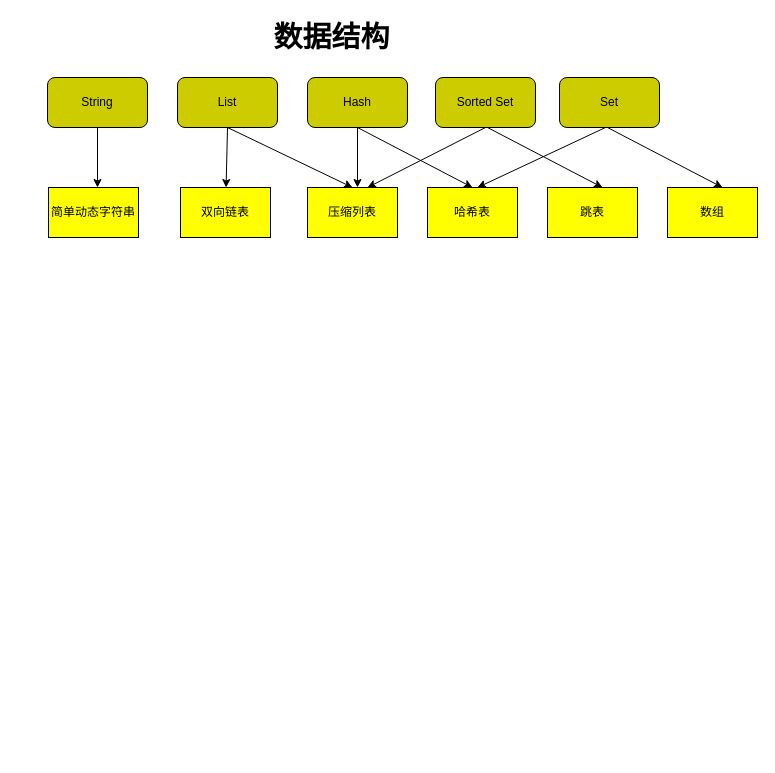
The draw.io diagram redis.drawio in 15732134294/files, before the edit. Source tidied: cells renumbered, new cells numbered last; positions are measured from the earlier drawing's top-left corner, leaving out a move shared by most shapes. Both pictures are drawn from the tidied source at 100%, with x=0, y=0 at pixel (47, 17).
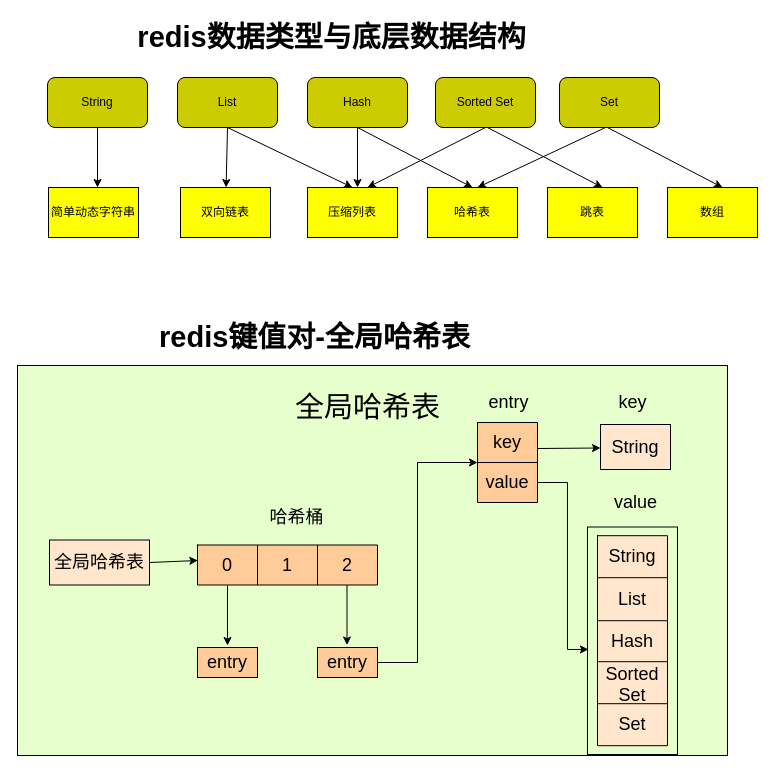
After the change.

Change to the diagram source:
```diff
@@
-    <mxCell id="22" value="数据结构" style="text;html=1;align=center;verticalAlign=middle;fillColor=none;strokeColor=none;rounded=0;fontStyle=1;fontSize=29;" parent="1" vertex="1">
-      <mxGeometry x="219" width="130" height="40" as="geometry" />
+    <mxCell id="22" value="redis数据类型与底层数据结构" style="text;html=1;align=center;verticalAlign=middle;fillColor=none;strokeColor=none;rounded=0;fontStyle=1;fontSize=29;" parent="1" vertex="1">
+      <mxGeometry x="84" width="400" height="40" as="geometry" />
     </mxCell>
+    <mxCell id="23" value="redis键值对-全局哈希表" style="text;html=1;align=center;verticalAlign=middle;fillColor=none;strokeColor=none;rounded=0;fontStyle=1;fontSize=29;" parent="1" vertex="1">
+      <mxGeometry x="102" y="300" width="330" height="40" as="geometry" />
+    </mxCell>
+    <mxCell id="24" style="rounded=0;whiteSpace=wrap;html=1;fontSize=29;fillColor=#E6FFCC;" parent="1" vertex="1">
+      <mxGeometry x="-30" y="348" width="710" height="390" as="geometry" />
+    </mxCell>
+    <mxCell id="25" value="全局哈希表" style="text;html=1;align=center;verticalAlign=middle;fillColor=none;strokeColor=none;rounded=0;fontSize=29;" parent="1" vertex="1">
+      <mxGeometry x="240" y="370" width="160" height="40" as="geometry" />
+    </mxCell>
+    <mxCell id="26" value="全局哈希表" style="rounded=0;whiteSpace=wrap;html=1;fontSize=18;fillColor=#FFE6CC;" parent="1" vertex="1">
+      <mxGeometry x="2" y="522.5" width="100" height="45" as="geometry" />
+    </mxCell>
+    <mxCell id="27" style="endArrow=classic;html=1;rounded=0;fontSize=18;exitX=1;exitY=0.5;exitDx=0;exitDy=0;entryX=0.254;entryY=0.5;entryDx=0;entryDy=0;entryPerimeter=0;" parent="1" edge="1" source="26" target="24">
+      <mxGeometry relative="1" as="geometry" />
+    </mxCell>
+    <mxCell id="28" style="shape=table;startSize=0;childLayout=tableLayout;fontSize=18;fillColor=#FFCC99;" parent="1" vertex="1">
+      <mxGeometry x="150" y="527.5" width="180" height="40" as="geometry" />
+    </mxCell>
+    <mxCell id="29" style="shape=partialRectangle;fillColor=none;top=0;left=0;bottom=0;right=0;fontSize=18;" parent="28" vertex="1">
+      <mxGeometry width="180" height="40" as="geometry" />
+    </mxCell>
+    <mxCell id="30" value="0" style="shape=partialRectangle;html=1;whiteSpace=wrap;overflow=hidden;fillColor=none;top=0;left=0;bottom=0;right=0;fontSize=18;" parent="29" vertex="1">
+      <mxGeometry width="60" height="40" as="geometry" />
+    </mxCell>
+    <mxCell id="31" value="1" style="shape=partialRectangle;html=1;whiteSpace=wrap;overflow=hidden;fillColor=none;top=0;left=0;bottom=0;right=0;fontSize=18;" parent="29" vertex="1">
+      <mxGeometry x="60" width="60" height="40" as="geometry" />
+    </mxCell>
+    <mxCell id="32" value="2" style="shape=partialRectangle;html=1;whiteSpace=wrap;overflow=hidden;fillColor=none;top=0;left=0;bottom=0;right=0;fontSize=18;" parent="29" vertex="1">
+      <mxGeometry x="120" width="60" height="40" as="geometry" />
+    </mxCell>
+    <mxCell id="33" value="entry" style="rounded=0;whiteSpace=wrap;html=1;fontSize=18;fillColor=#FFCC99;" parent="1" vertex="1">
+      <mxGeometry x="150" y="630" width="60" height="30" as="geometry" />
+    </mxCell>
+    <mxCell id="34" value="entry" style="rounded=0;whiteSpace=wrap;html=1;fontSize=18;fillColor=#FFCC99;" parent="1" vertex="1">
+      <mxGeometry x="270" y="630" width="60" height="30" as="geometry" />
+    </mxCell>
+    <mxCell id="35" style="endArrow=classic;html=1;rounded=0;fontSize=18;entryX=0.5;entryY=0;entryDx=0;entryDy=0;" parent="1" edge="1">
+      <mxGeometry relative="1" as="geometry">
+        <mxPoint x="180" y="568" as="sourcePoint" />
+        <mxPoint x="180" y="628" as="targetPoint" />
+      </mxGeometry>
+    </mxCell>
+    <mxCell id="36" style="endArrow=classic;html=1;rounded=0;fontSize=18;entryX=0.5;entryY=0;entryDx=0;entryDy=0;" parent="1" edge="1">
+      <mxGeometry relative="1" as="geometry">
+        <mxPoint x="299.5" y="567.5" as="sourcePoint" />
+        <mxPoint x="299.5" y="627.5" as="targetPoint" />
+      </mxGeometry>
+    </mxCell>
+    <mxCell id="37" style="endArrow=classic;html=1;rounded=0;fontSize=18;exitX=1;exitY=0.5;exitDx=0;exitDy=0;entryX=0;entryY=0.5;entryDx=0;entryDy=0;" parent="1" edge="1" source="34">
+      <mxGeometry relative="1" as="geometry">
+        <mxPoint x="430" y="445" as="targetPoint" />
+        <Array as="points">
+          <mxPoint x="370" y="645" />
+          <mxPoint x="370" y="445" />
+        </Array>
+      </mxGeometry>
+    </mxCell>
+    <mxCell id="38" style="shape=table;startSize=0;childLayout=tableLayout;fontSize=18;fillColor=#FFCC99;" parent="1" vertex="1">
+      <mxGeometry x="430" y="405" width="60" height="80" as="geometry" />
+    </mxCell>
+    <mxCell id="39" style="shape=partialRectangle;fillColor=none;top=0;left=0;bottom=0;right=0;fontSize=18;" parent="38" vertex="1">
+      <mxGeometry width="60" height="40" as="geometry" />
+    </mxCell>
+    <mxCell id="40" value="key" style="shape=partialRectangle;html=1;whiteSpace=wrap;overflow=hidden;fillColor=none;top=0;left=0;bottom=0;right=0;fontSize=18;" parent="39" vertex="1">
+      <mxGeometry width="60" height="40" as="geometry" />
+    </mxCell>
+    <mxCell id="41" style="shape=partialRectangle;fillColor=none;top=0;left=0;bottom=0;right=0;points=[[0,0.5],[1,0.5]];portConstraint=eastwest;fontSize=18;" parent="38" vertex="1">
+      <mxGeometry y="40" width="60" height="40" as="geometry" />
+    </mxCell>
+    <mxCell id="42" value="value" style="shape=partialRectangle;html=1;whiteSpace=wrap;overflow=hidden;fillColor=none;top=0;left=0;bottom=0;right=0;fontSize=18;" parent="41" vertex="1">
+      <mxGeometry width="60" height="40" as="geometry" />
+    </mxCell>
+    <mxCell id="43" value="String" style="rounded=0;whiteSpace=wrap;html=1;fontSize=18;fillColor=#FFE6CC;" parent="1" vertex="1">
+      <mxGeometry x="553" y="407" width="70" height="45" as="geometry" />
+    </mxCell>
+    <mxCell id="44" style="endArrow=classic;html=1;rounded=0;fontSize=18;entryX=0;entryY=0.5;entryDx=0;entryDy=0;" parent="1" edge="1">
+      <mxGeometry relative="1" as="geometry">
+        <mxPoint x="490" y="431" as="sourcePoint" />
+        <mxPoint x="553" y="430.5" as="targetPoint" />
+      </mxGeometry>
+    </mxCell>
+    <mxCell id="45" style="endArrow=classic;html=1;rounded=0;fontSize=18;exitX=1;exitY=0.5;exitDx=0;exitDy=0;entryX=0.01;entryY=0.538;entryDx=0;entryDy=0;entryPerimeter=0;" parent="1" edge="1" source="41" target="46">
+      <mxGeometry relative="1" as="geometry">
+        <Array as="points">
+          <mxPoint x="520" y="465" />
+          <mxPoint x="520" y="632" />
+        </Array>
+      </mxGeometry>
+    </mxCell>
+    <mxCell id="46" style="rounded=0;whiteSpace=wrap;html=1;fontSize=18;fillColor=#E6FFCC;" parent="1" vertex="1">
+      <mxGeometry x="540" y="509.5" width="90" height="227.5" as="geometry" />
+    </mxCell>
+    <mxCell id="47" style="shape=table;startSize=0;childLayout=tableLayout;fontSize=18;fillColor=#FFE6CC;" parent="1" vertex="1">
+      <mxGeometry x="550" y="518.2" width="70" height="210" as="geometry" />
+    </mxCell>
+    <mxCell id="48" style="shape=partialRectangle;fillColor=none;top=0;left=0;bottom=0;right=0;fontSize=18;" parent="47" vertex="1">
+      <mxGeometry width="70" height="42" as="geometry" />
+    </mxCell>
+    <mxCell id="49" value="String" style="shape=partialRectangle;html=1;whiteSpace=wrap;overflow=hidden;fillColor=none;top=0;left=0;bottom=0;right=0;fontSize=18;" parent="48" vertex="1">
+      <mxGeometry width="70" height="42" as="geometry" />
+    </mxCell>
+    <mxCell id="50" style="shape=partialRectangle;fillColor=none;top=0;left=0;bottom=0;right=0;fontSize=18;" parent="47" vertex="1">
+      <mxGeometry y="42" width="70" height="43" as="geometry" />
+    </mxCell>
+    <mxCell id="51" value="List" style="shape=partialRectangle;html=1;whiteSpace=wrap;overflow=hidden;fillColor=none;top=0;left=0;bottom=0;right=0;fontSize=18;" parent="50" vertex="1">
+      <mxGeometry width="70" height="43" as="geometry" />
+    </mxCell>
+    <mxCell id="52" style="shape=partialRectangle;fillColor=none;top=0;left=0;bottom=0;right=0;fontSize=18;" parent="47" vertex="1">
+      <mxGeometry y="85" width="70" height="41" as="geometry" />
+    </mxCell>
+    <mxCell id="53" value="Hash" style="shape=partialRectangle;html=1;whiteSpace=wrap;overflow=hidden;fillColor=none;top=0;left=0;bottom=0;right=0;fontSize=18;" parent="52" vertex="1">
+      <mxGeometry width="70" height="41" as="geometry" />
+    </mxCell>
+    <mxCell id="54" style="shape=partialRectangle;fillColor=none;top=0;left=0;bottom=0;right=0;fontSize=18;" parent="47" vertex="1">
+      <mxGeometry y="126" width="70" height="42" as="geometry" />
+    </mxCell>
+    <mxCell id="55" value="Sorted Set" style="shape=partialRectangle;html=1;whiteSpace=wrap;overflow=hidden;fillColor=none;top=0;left=0;bottom=0;right=0;fontSize=18;" parent="54" vertex="1">
+      <mxGeometry width="70" height="42" as="geometry" />
+    </mxCell>
+    <mxCell id="56" style="shape=partialRectangle;fillColor=none;top=0;left=0;bottom=0;right=0;fontSize=18;" parent="47" vertex="1">
+      <mxGeometry y="168" width="70" height="42" as="geometry" />
+    </mxCell>
+    <mxCell id="57" value="Set" style="shape=partialRectangle;html=1;whiteSpace=wrap;overflow=hidden;fillColor=none;top=0;left=0;bottom=0;right=0;fontSize=18;" parent="56" vertex="1">
+      <mxGeometry width="70" height="42" as="geometry" />
+    </mxCell>
+    <mxCell id="58" value="哈希桶" style="text;html=1;align=center;verticalAlign=middle;fillColor=none;strokeColor=none;rounded=0;fontSize=18;" parent="1" vertex="1">
+      <mxGeometry x="214" y="485" width="70" height="30" as="geometry" />
+    </mxCell>
+    <mxCell id="59" value="entry" style="text;html=1;align=center;verticalAlign=middle;fillColor=none;strokeColor=none;rounded=0;fontSize=18;" parent="1" vertex="1">
+      <mxGeometry x="431" y="370" width="60" height="30" as="geometry" />
+    </mxCell>
+    <mxCell id="60" value="value" style="text;html=1;align=center;verticalAlign=middle;fillColor=none;strokeColor=none;rounded=0;fontSize=18;" parent="1" vertex="1">
+      <mxGeometry x="558" y="470" width="60" height="30" as="geometry" />
+    </mxCell>
+    <mxCell id="61" value="key" style="text;html=1;align=center;verticalAlign=middle;fillColor=none;strokeColor=none;rounded=0;fontSize=18;" parent="1" vertex="1">
+      <mxGeometry x="565" y="370" width="40" height="30" as="geometry" />
+    </mxCell>
```
